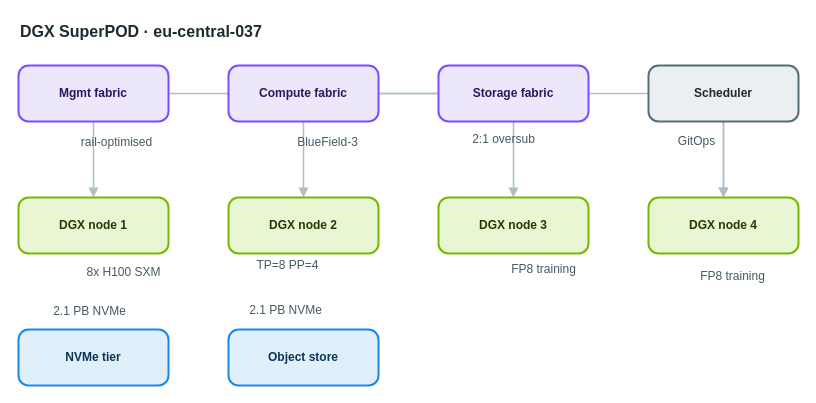
Before: apps/web/public/samples/library/037-dgx-superpod.drawio in AryanG01/open-apprentice, a draw.io diagram. Source tidied: cells renumbered, new cells numbered last; positions are measured from the earlier drawing's top-left corner, leaving out a move shared by most shapes. Both pictures are drawn from the tidied source at 100%, with x=0, y=0 at pixel (18, 17).
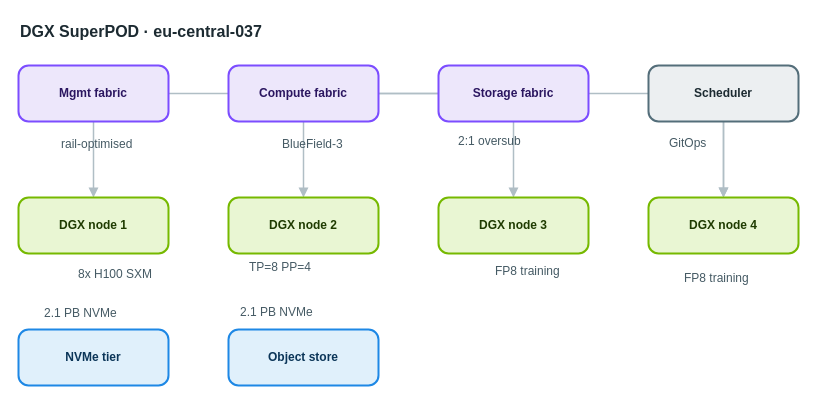
After the change.

Change to the diagram source:
```diff
@@
-    <mxCell id="18" value="rail-optimised" style="text;html=1;align=center;verticalAlign=middle;whiteSpace=nowrap;strokeColor=none;fillColor=none;fontSize=12;fontColor=#455a64;" parent="1" vertex="1">
+    <mxCell id="18" value="rail-optimised" style="text;html=1;align=left;verticalAlign=top;whiteSpace=nowrap;spacing=0;spacingTop=0;strokeColor=none;fillColor=none;fontSize=12;fontColor=#455a64;" parent="1" vertex="1">
       <mxGeometry x="43" y="115" width="110" height="20" as="geometry" />
     </mxCell>
-    <mxCell id="19" value="BlueField-3" style="text;html=1;align=center;verticalAlign=middle;whiteSpace=nowrap;strokeColor=none;fillColor=none;fontSize=12;fontColor=#455a64;" parent="1" vertex="1">
+    <mxCell id="19" value="BlueField-3" style="text;html=1;align=left;verticalAlign=top;whiteSpace=nowrap;spacing=0;spacingTop=0;strokeColor=none;fillColor=none;fontSize=12;fontColor=#455a64;" parent="1" vertex="1">
       <mxGeometry x="264" y="115" width="89" height="20" as="geometry" />
     </mxCell>
-    <mxCell id="20" value="2:1 oversub" style="text;html=1;align=center;verticalAlign=middle;whiteSpace=nowrap;strokeColor=none;fillColor=none;fontSize=12;fontColor=#455a64;" parent="1" vertex="1">
+    <mxCell id="20" value="2:1 oversub" style="text;html=1;align=left;verticalAlign=top;whiteSpace=nowrap;spacing=0;spacingTop=0;strokeColor=none;fillColor=none;fontSize=12;fontColor=#455a64;" parent="1" vertex="1">
       <mxGeometry x="440" y="112" width="89" height="20" as="geometry" />
     </mxCell>
-    <mxCell id="21" value="8x H100 SXM" style="text;html=1;align=center;verticalAlign=middle;whiteSpace=nowrap;strokeColor=none;fillColor=none;fontSize=12;fontColor=#455a64;" parent="1" vertex="1">
+    <mxCell id="21" value="8x H100 SXM" style="text;html=1;align=left;verticalAlign=top;whiteSpace=nowrap;spacing=0;spacingTop=0;strokeColor=none;fillColor=none;fontSize=12;fontColor=#455a64;" parent="1" vertex="1">
       <mxGeometry x="60" y="245" width="89" height="20" as="geometry" />
     </mxCell>
-    <mxCell id="22" value="TP=8 PP=4" style="text;html=1;align=center;verticalAlign=middle;whiteSpace=nowrap;strokeColor=none;fillColor=none;fontSize=12;fontColor=#455a64;" parent="1" vertex="1">
+    <mxCell id="22" value="TP=8 PP=4" style="text;html=1;align=left;verticalAlign=top;whiteSpace=nowrap;spacing=0;spacingTop=0;strokeColor=none;fillColor=none;fontSize=12;fontColor=#455a64;" parent="1" vertex="1">
       <mxGeometry x="231" y="238" width="75" height="20" as="geometry" />
     </mxCell>
-    <mxCell id="23" value="FP8 training" style="text;html=1;align=center;verticalAlign=middle;whiteSpace=nowrap;strokeColor=none;fillColor=none;fontSize=12;fontColor=#455a64;" parent="1" vertex="1">
+    <mxCell id="23" value="FP8 training" style="text;html=1;align=left;verticalAlign=top;whiteSpace=nowrap;spacing=0;spacingTop=0;strokeColor=none;fillColor=none;fontSize=12;fontColor=#455a64;" parent="1" vertex="1">
       <mxGeometry x="477" y="242" width="96" height="20" as="geometry" />
     </mxCell>
-    <mxCell id="24" value="FP8 training" style="text;html=1;align=center;verticalAlign=middle;whiteSpace=nowrap;strokeColor=none;fillColor=none;fontSize=12;fontColor=#455a64;" parent="1" vertex="1">
+    <mxCell id="24" value="FP8 training" style="text;html=1;align=left;verticalAlign=top;whiteSpace=nowrap;spacing=0;spacingTop=0;strokeColor=none;fillColor=none;fontSize=12;fontColor=#455a64;" parent="1" vertex="1">
       <mxGeometry x="666" y="249" width="96" height="20" as="geometry" />
     </mxCell>
-    <mxCell id="25" value="2.1 PB NVMe" style="text;html=1;align=center;verticalAlign=middle;whiteSpace=nowrap;strokeColor=none;fillColor=none;fontSize=12;fontColor=#455a64;" parent="1" vertex="1">
+    <mxCell id="25" value="2.1 PB NVMe" style="text;html=1;align=left;verticalAlign=top;whiteSpace=nowrap;spacing=0;spacingTop=0;strokeColor=none;fillColor=none;fontSize=12;fontColor=#455a64;" parent="1" vertex="1">
       <mxGeometry x="26" y="284" width="89" height="20" as="geometry" />
     </mxCell>
-    <mxCell id="26" value="2.1 PB NVMe" style="text;html=1;align=center;verticalAlign=middle;whiteSpace=nowrap;strokeColor=none;fillColor=none;fontSize=12;fontColor=#455a64;" parent="1" vertex="1">
+    <mxCell id="26" value="2.1 PB NVMe" style="text;html=1;align=left;verticalAlign=top;whiteSpace=nowrap;spacing=0;spacingTop=0;strokeColor=none;fillColor=none;fontSize=12;fontColor=#455a64;" parent="1" vertex="1">
       <mxGeometry x="222" y="283" width="89" height="20" as="geometry" />
     </mxCell>
-    <mxCell id="27" value="GitOps" style="text;html=1;align=center;verticalAlign=middle;whiteSpace=nowrap;strokeColor=none;fillColor=none;fontSize=12;fontColor=#455a64;" parent="1" vertex="1">
+    <mxCell id="27" value="GitOps" style="text;html=1;align=left;verticalAlign=top;whiteSpace=nowrap;spacing=0;spacingTop=0;strokeColor=none;fillColor=none;fontSize=12;fontColor=#455a64;" parent="1" vertex="1">
       <mxGeometry x="651" y="114" width="54" height="20" as="geometry" />
     </mxCell>
```
